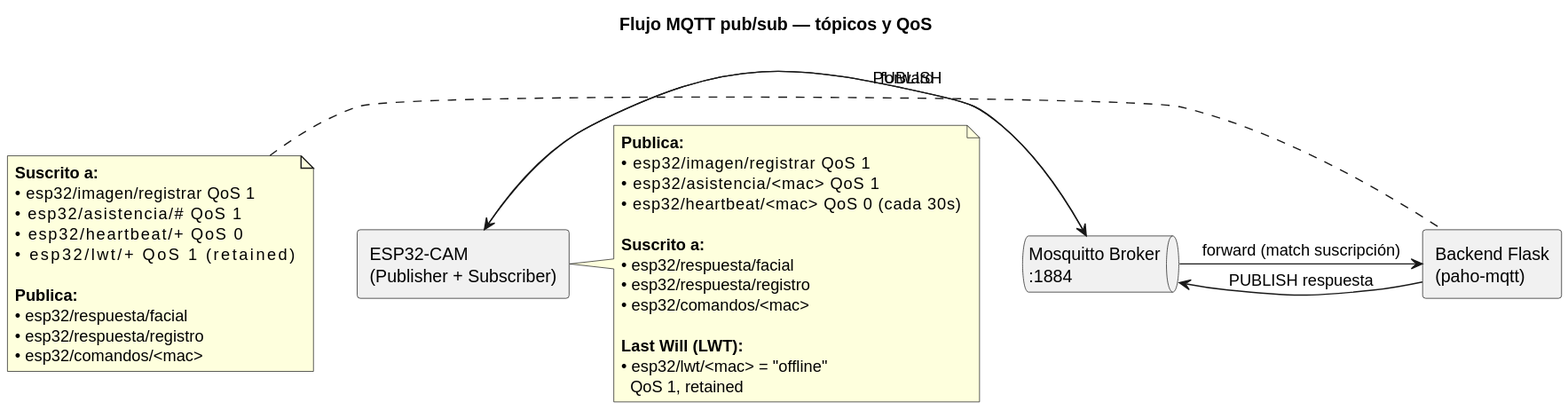
The PlantUML diagram Informe/diagrams/flujo_mqtt_pub_sub.svg in BorgTb/AsistenciaBackendFinal, before a commit. Source of this version:
```plantuml
@startuml
title Flujo MQTT pub/sub — tópicos y QoS

skinparam shadowing false
skinparam componentStyle rectangle

component "ESP32-CAM\n(Publisher + Subscriber)" as ESP
queue "Mosquitto Broker\n:1884" as Broker
component "Backend Flask\n(paho-mqtt)" as BE

note right of ESP
  **Publica:**
  • esp32/imagen/registrar      QoS 1
  • esp32/asistencia/<mac>      QoS 1
  • esp32/heartbeat/<mac>       QoS 0 (cada 30s)

  **Suscrito a:**
  • esp32/respuesta/facial
  • esp32/respuesta/registro
  • esp32/comandos/<mac>

  **Last Will (LWT):**
  • esp32/lwt/<mac> = "offline"
    QoS 1, retained
end note

note left of BE
  **Suscrito a:**
  • esp32/imagen/registrar    QoS 1
  • esp32/asistencia/#        QoS 1
  • esp32/heartbeat/+         QoS 0
  • esp32/lwt/+               QoS 1 (retained)

  **Publica:**
  • esp32/respuesta/facial
  • esp32/respuesta/registro
  • esp32/comandos/<mac>
end note

ESP  -right->  Broker : PUBLISH
Broker  -right->  BE  : forward (match suscripción)
BE  -left->  Broker  : PUBLISH respuesta
Broker  -left->  ESP  : forward
@enduml
```
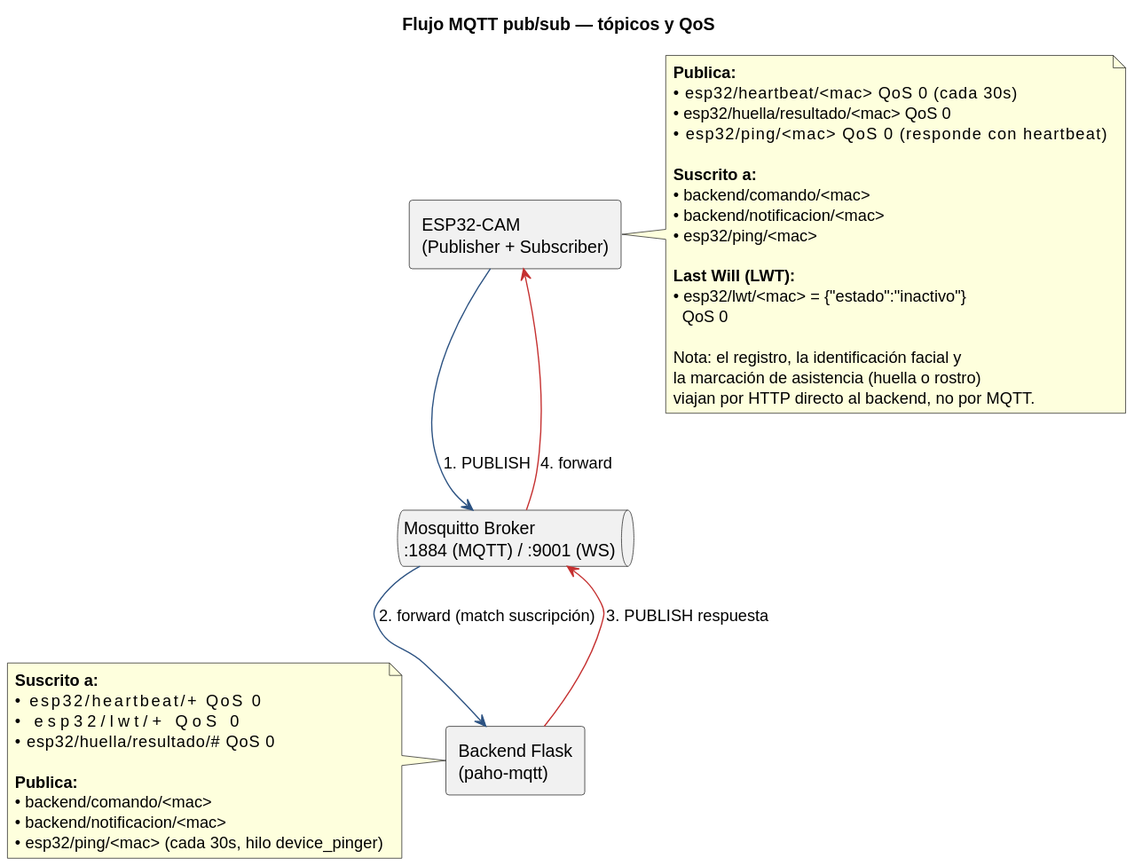
Later version of the same file.

Diff of the diagram source:
```diff
@@ -5,40 +5,43 @@
 skinparam componentStyle rectangle
 
 component "ESP32-CAM\n(Publisher + Subscriber)" as ESP
-queue "Mosquitto Broker\n:1884" as Broker
+queue "Mosquitto Broker\n:1884 (MQTT) / :9001 (WS)" as Broker
 component "Backend Flask\n(paho-mqtt)" as BE
 
 note right of ESP
   **Publica:**
-  • esp32/imagen/registrar      QoS 1
-  • esp32/asistencia/<mac>      QoS 1
-  • esp32/heartbeat/<mac>       QoS 0 (cada 30s)
+  • esp32/heartbeat/<mac>        QoS 0 (cada 30s)
+  • esp32/huella/resultado/<mac> QoS 0
+  • esp32/ping/<mac>             QoS 0 (responde con heartbeat)
 
   **Suscrito a:**
-  • esp32/respuesta/facial
-  • esp32/respuesta/registro
-  • esp32/comandos/<mac>
+  • backend/comando/<mac>
+  • backend/notificacion/<mac>
+  • esp32/ping/<mac>
 
   **Last Will (LWT):**
-  • esp32/lwt/<mac> = "offline"
-    QoS 1, retained
+  • esp32/lwt/<mac> = {"estado":"inactivo"}
+    QoS 0
+
+  Nota: el registro, la identificación facial y
+  la marcación de asistencia (huella o rostro)
+  viajan por HTTP directo al backend, no por MQTT.
 end note
 
 note left of BE
   **Suscrito a:**
-  • esp32/imagen/registrar    QoS 1
-  • esp32/asistencia/#        QoS 1
-  • esp32/heartbeat/+         QoS 0
-  • esp32/lwt/+               QoS 1 (retained)
+  • esp32/heartbeat/+             QoS 0
+  • esp32/lwt/+                   QoS 0
+  • esp32/huella/resultado/#      QoS 0
 
   **Publica:**
-  • esp32/respuesta/facial
-  • esp32/respuesta/registro
-  • esp32/comandos/<mac>
+  • backend/comando/<mac>
+  • backend/notificacion/<mac>
+  • esp32/ping/<mac>  (cada 30s, hilo device_pinger)
 end note
 
-ESP  -right->  Broker : PUBLISH
-Broker  -right->  BE  : forward (match suscripción)
-BE  -left->  Broker  : PUBLISH respuesta
-Broker  -left->  ESP  : forward
+ESP    -[#2C5282]->     Broker : "1. PUBLISH"
+Broker -[#2C5282]->     BE     : "2. forward (match suscripción)"
+BE     -[#C53030]up->   Broker : "3. PUBLISH respuesta"
+Broker -[#C53030]up->   ESP    : "4. forward"
 @enduml
```
